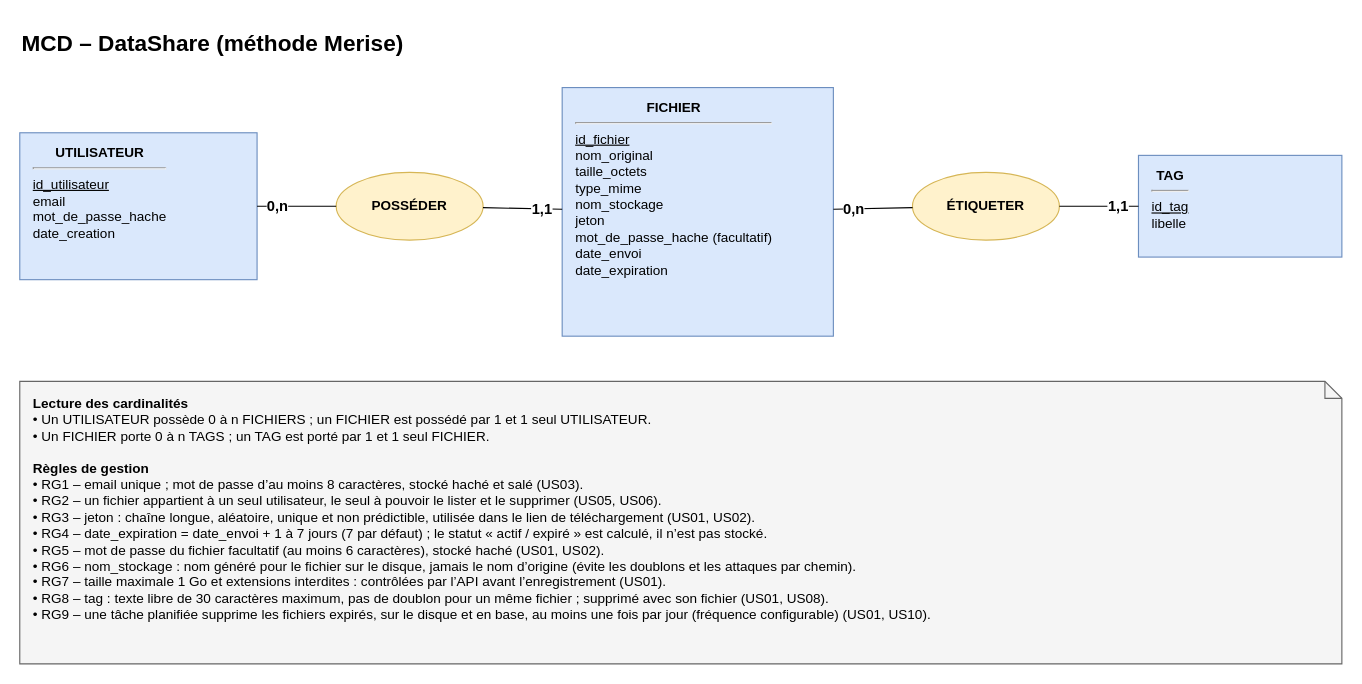
Before: docs/conception/mcd-datashare.drawio in yohanbouchet/datashare, a draw.io diagram. Source tidied: cells renumbered, new cells numbered last; positions are measured from the earlier drawing's top-left corner, leaving out a move shared by most shapes. Both pictures are drawn from the tidied source at 113%, with x=0, y=0 at pixel (19, 19).
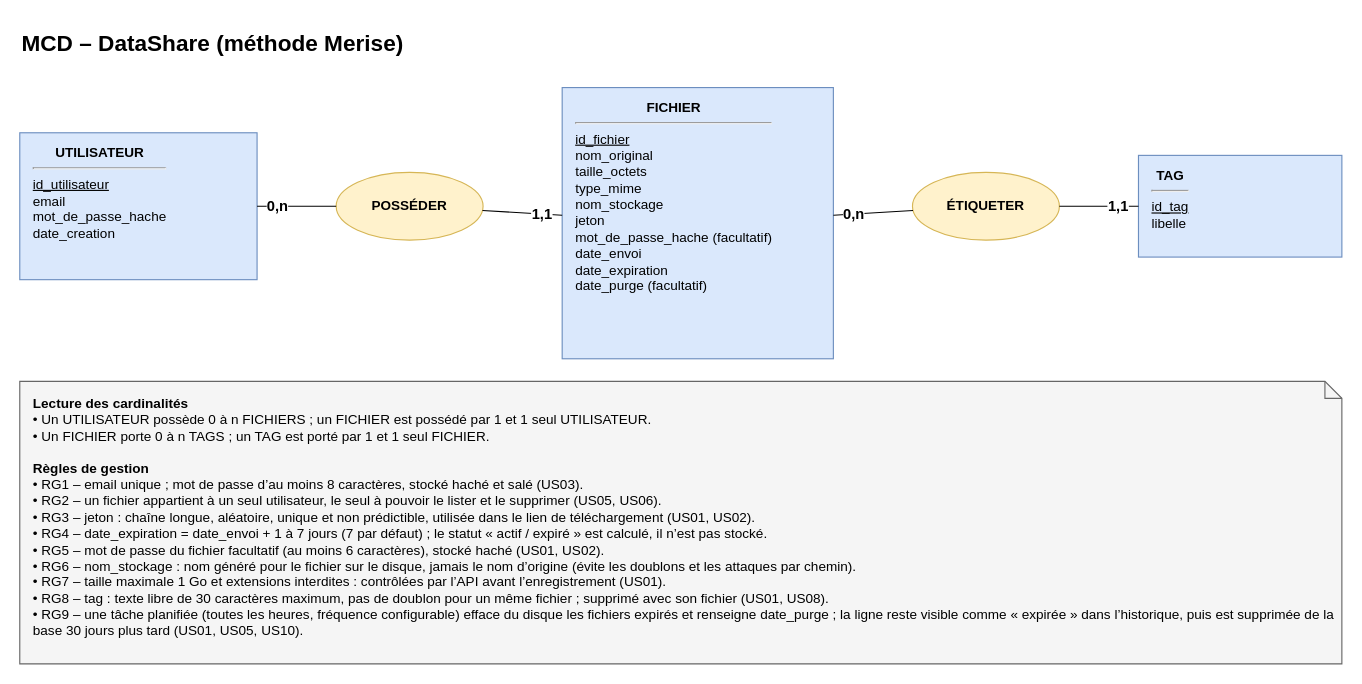
Above is the later version.

Commit message (it also covers changes not shown here):
docs: technical documentation and refreshed architecture and data model diagrams

Diff of the diagram source:
```diff
@@
 <mxGraphModel>
   <root>
     <mxCell id="0" />
     <mxCell id="1" parent="0" />
     <mxCell id="2" value="MCD – DataShare (méthode Merise)" style="text;html=1;fontSize=20;fontStyle=1;align=left;verticalAlign=middle;" parent="1" vertex="1">
       <mxGeometry width="500" height="40" as="geometry" />
     </mxCell>
     <mxCell id="3" value="&lt;div style=&quot;text-align:center&quot;&gt;&lt;b&gt;UTILISATEUR&lt;/b&gt;&lt;/div&gt;&lt;hr&gt;&lt;u&gt;id_utilisateur&lt;/u&gt;&lt;br&gt;email&lt;br&gt;mot_de_passe_hache&lt;br&gt;date_creation" style="rounded=0;whiteSpace=wrap;html=1;align=left;verticalAlign=top;spacingLeft=10;spacingTop=4;fillColor=#dae8fc;strokeColor=#6c8ebf;" parent="1" vertex="1">
       <mxGeometry y="100" width="210" height="130" as="geometry" />
     </mxCell>
     <mxCell id="4" value="POSSÉDER" style="ellipse;whiteSpace=wrap;html=1;fillColor=#fff2cc;strokeColor=#d6b656;fontStyle=1;" parent="1" vertex="1">
       <mxGeometry x="280" y="135" width="130" height="60" as="geometry" />
     </mxCell>
-    <mxCell id="5" value="&lt;div style=&quot;text-align:center&quot;&gt;&lt;b&gt;FICHIER&lt;/b&gt;&lt;/div&gt;&lt;hr&gt;&lt;u&gt;id_fichier&lt;/u&gt;&lt;br&gt;nom_original&lt;br&gt;taille_octets&lt;br&gt;type_mime&lt;br&gt;nom_stockage&lt;br&gt;jeton&lt;br&gt;mot_de_passe_hache (facultatif)&lt;br&gt;date_envoi&lt;br&gt;date_expiration" style="rounded=0;whiteSpace=wrap;html=1;align=left;verticalAlign=top;spacingLeft=10;spacingTop=4;fillColor=#dae8fc;strokeColor=#6c8ebf;" parent="1" vertex="1">
-      <mxGeometry x="480" y="60" width="240" height="220" as="geometry" />
+    <mxCell id="5" value="&lt;div style=&quot;text-align:center&quot;&gt;&lt;b&gt;FICHIER&lt;/b&gt;&lt;/div&gt;&lt;hr&gt;&lt;u&gt;id_fichier&lt;/u&gt;&lt;br&gt;nom_original&lt;br&gt;taille_octets&lt;br&gt;type_mime&lt;br&gt;nom_stockage&lt;br&gt;jeton&lt;br&gt;mot_de_passe_hache (facultatif)&lt;br&gt;date_envoi&lt;br&gt;date_expiration&lt;br&gt;date_purge (facultatif)" style="rounded=0;whiteSpace=wrap;html=1;align=left;verticalAlign=top;spacingLeft=10;spacingTop=4;fillColor=#dae8fc;strokeColor=#6c8ebf;" parent="1" vertex="1">
+      <mxGeometry x="480" y="60" width="240" height="240" as="geometry" />
     </mxCell>
     <mxCell id="6" value="ÉTIQUETER" style="ellipse;whiteSpace=wrap;html=1;fillColor=#fff2cc;strokeColor=#d6b656;fontStyle=1;" parent="1" vertex="1">
       <mxGeometry x="790" y="135" width="130" height="60" as="geometry" />
     </mxCell>
     <mxCell id="7" value="&lt;div style=&quot;text-align:center&quot;&gt;&lt;b&gt;TAG&lt;/b&gt;&lt;/div&gt;&lt;hr&gt;&lt;u&gt;id_tag&lt;/u&gt;&lt;br&gt;libelle" style="rounded=0;whiteSpace=wrap;html=1;align=left;verticalAlign=top;spacingLeft=10;spacingTop=4;fillColor=#dae8fc;strokeColor=#6c8ebf;" parent="1" vertex="1">
       <mxGeometry x="990" y="120" width="180" height="90" as="geometry" />
     </mxCell>
     <mxCell id="8" value="0,n" style="endArrow=none;html=1;fontStyle=1;fontSize=13;labelBackgroundColor=#ffffff;" parent="1" edge="1" source="3" target="4">
       <mxGeometry x="-0.5" relative="1" as="geometry" />
     </mxCell>
     <mxCell id="9" value="1,1" style="endArrow=none;html=1;fontStyle=1;fontSize=13;labelBackgroundColor=#ffffff;" parent="1" edge="1" source="5" target="4">
       <mxGeometry x="-0.5" relative="1" as="geometry" />
     </mxCell>
     <mxCell id="10" value="0,n" style="endArrow=none;html=1;fontStyle=1;fontSize=13;labelBackgroundColor=#ffffff;" parent="1" edge="1" source="5" target="6">
       <mxGeometry x="-0.5" relative="1" as="geometry" />
     </mxCell>
     <mxCell id="11" value="1,1" style="endArrow=none;html=1;fontStyle=1;fontSize=13;labelBackgroundColor=#ffffff;" parent="1" edge="1" source="7" target="6">
       <mxGeometry x="-0.5" relative="1" as="geometry" />
     </mxCell>
-    <mxCell id="12" value="&lt;b&gt;Lecture des cardinalités&lt;/b&gt;&lt;br&gt;• Un UTILISATEUR possède 0 à n FICHIERS ; un FICHIER est possédé par 1 et 1 seul UTILISATEUR.&lt;br&gt;• Un FICHIER porte 0 à n TAGS ; un TAG est porté par 1 et 1 seul FICHIER.&lt;br&gt;&lt;br&gt;&lt;b&gt;Règles de gestion&lt;/b&gt;&lt;br&gt;• RG1 – email unique ; mot de passe d’au moins 8 caractères, stocké haché et salé (US03).&lt;br&gt;• RG2 – un fichier appartient à un seul utilisateur, le seul à pouvoir le lister et le supprimer (US05, US06).&lt;br&gt;• RG3 – jeton : chaîne longue, aléatoire, unique et non prédictible, utilisée dans le lien de téléchargement (US01, US02).&lt;br&gt;• RG4 – date_expiration = date_envoi + 1 à 7 jours (7 par défaut) ; le statut « actif / expiré » est calculé, il n’est pas stocké.&lt;br&gt;• RG5 – mot de passe du fichier facultatif (au moins 6 caractères), stocké haché (US01, US02).&lt;br&gt;• RG6 – nom_stockage : nom généré pour le fichier sur le disque, jamais le nom d’origine (évite les doublons et les attaques par chemin).&lt;br&gt;• RG7 – taille maximale 1 Go et extensions interdites : contrôlées par l’API avant l’enregistrement (US01).&lt;br&gt;• RG8 – tag : texte libre de 30 caractères maximum, pas de doublon pour un même fichier ; supprimé avec son fichier (US01, US08).&lt;br&gt;• RG9 – une tâche planifiée supprime les fichiers expirés, sur le disque et en base, au moins une fois par jour (fréquence configurable) (US01, US10)." style="shape=note;whiteSpace=wrap;html=1;align=left;verticalAlign=top;spacingLeft=10;spacingTop=6;size=15;fillColor=#f5f5f5;strokeColor=#666666;" parent="1" vertex="1">
+    <mxCell id="12" value="&lt;b&gt;Lecture des cardinalités&lt;/b&gt;&lt;br&gt;• Un UTILISATEUR possède 0 à n FICHIERS ; un FICHIER est possédé par 1 et 1 seul UTILISATEUR.&lt;br&gt;• Un FICHIER porte 0 à n TAGS ; un TAG est porté par 1 et 1 seul FICHIER.&lt;br&gt;&lt;br&gt;&lt;b&gt;Règles de gestion&lt;/b&gt;&lt;br&gt;• RG1 – email unique ; mot de passe d’au moins 8 caractères, stocké haché et salé (US03).&lt;br&gt;• RG2 – un fichier appartient à un seul utilisateur, le seul à pouvoir le lister et le supprimer (US05, US06).&lt;br&gt;• RG3 – jeton : chaîne longue, aléatoire, unique et non prédictible, utilisée dans le lien de téléchargement (US01, US02).&lt;br&gt;• RG4 – date_expiration = date_envoi + 1 à 7 jours (7 par défaut) ; le statut « actif / expiré » est calculé, il n’est pas stocké.&lt;br&gt;• RG5 – mot de passe du fichier facultatif (au moins 6 caractères), stocké haché (US01, US02).&lt;br&gt;• RG6 – nom_stockage : nom généré pour le fichier sur le disque, jamais le nom d’origine (évite les doublons et les attaques par chemin).&lt;br&gt;• RG7 – taille maximale 1 Go et extensions interdites : contrôlées par l’API avant l’enregistrement (US01).&lt;br&gt;• RG8 – tag : texte libre de 30 caractères maximum, pas de doublon pour un même fichier ; supprimé avec son fichier (US01, US08).&lt;br&gt;• RG9 – une tâche planifiée (toutes les heures, fréquence configurable) efface du disque les fichiers expirés et renseigne date_purge ; la ligne reste visible comme « expirée » dans l’historique, puis est supprimée de la base 30 jours plus tard (US01, US05, US10)." style="shape=note;whiteSpace=wrap;html=1;align=left;verticalAlign=top;spacingLeft=10;spacingTop=6;size=15;fillColor=#f5f5f5;strokeColor=#666666;" parent="1" vertex="1">
       <mxGeometry y="320" width="1170" height="250" as="geometry" />
     </mxCell>
   </root>
 </mxGraphModel>
```
